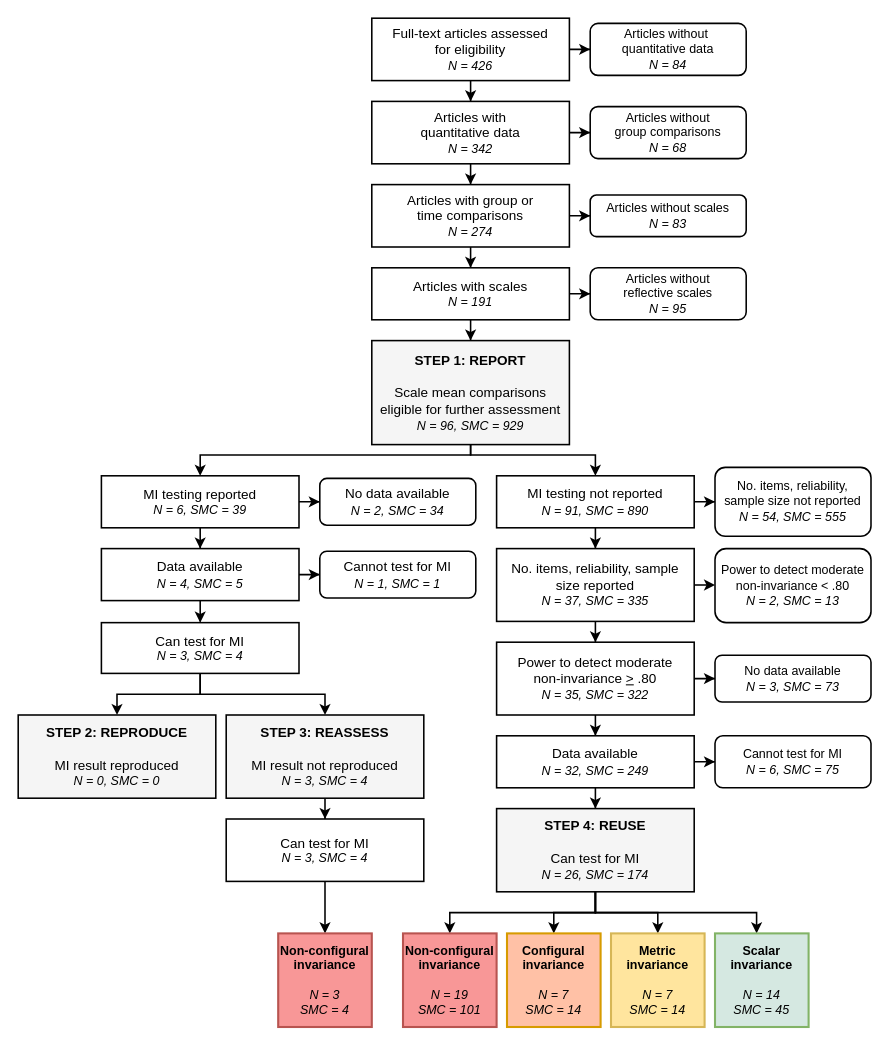
Above: figures/Figure1.drawio in emaassen/paper-reviewmi (draw.io), before the change. Source tidied: cells renumbered, new cells numbered last; positions are measured from the earlier drawing's top-left corner, leaving out a move shared by most shapes. Both pictures are drawn from the tidied source at 104%, with x=0, y=0 at pixel (18, 18).
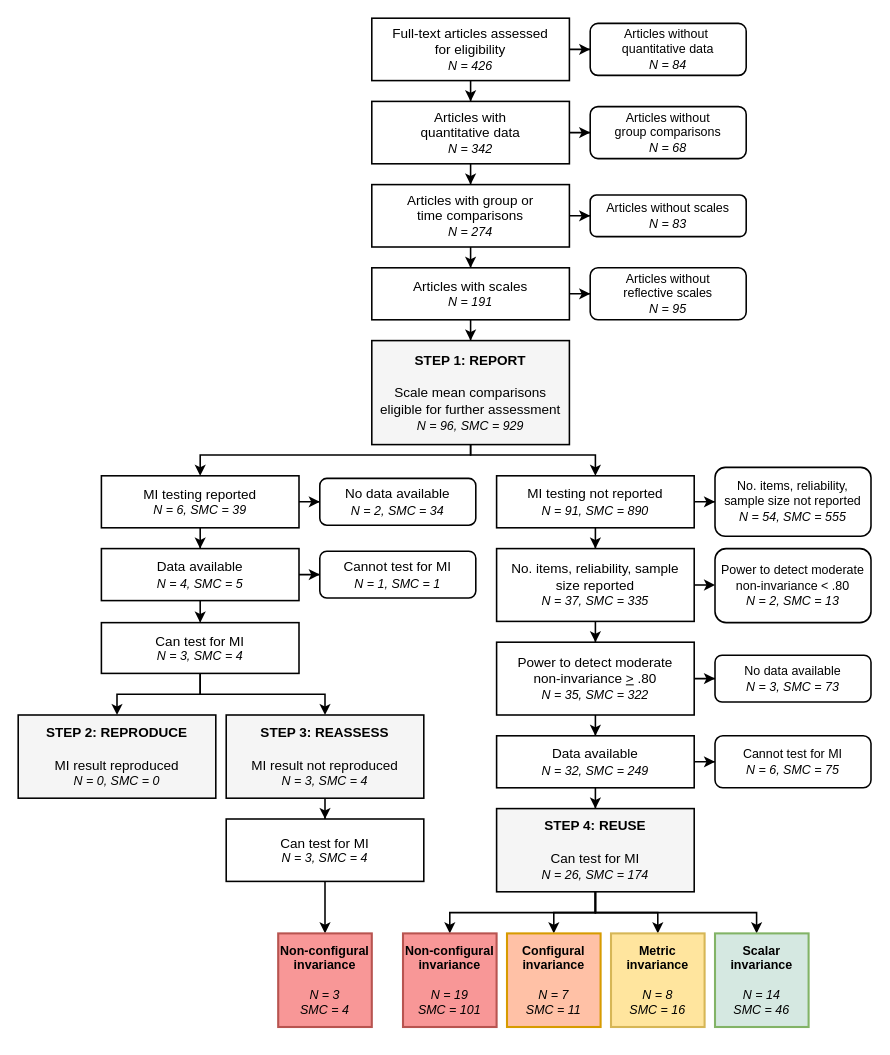
The same diagram, later.

What changed in the source:
```diff
@@
-    <mxCell id="47" value="&lt;div&gt;&lt;b&gt;Configural &lt;br&gt;&lt;/b&gt;&lt;/div&gt;&lt;div&gt;&lt;b&gt;invariance&lt;/b&gt;&lt;/div&gt;&lt;div&gt;&lt;font style=&quot;font-size: 12px;&quot;&gt;&lt;i&gt;&lt;br&gt;&lt;/i&gt;&lt;/font&gt;&lt;/div&gt;&lt;div&gt;&lt;font style=&quot;font-size: 12px;&quot;&gt;&lt;i&gt;N = 7 &lt;br&gt;&lt;/i&gt;&lt;/font&gt;&lt;/div&gt;&lt;font style=&quot;font-size: 12px;&quot;&gt;&lt;i&gt;SMC = 14&lt;br&gt;&lt;/i&gt;&lt;/font&gt;" style="rounded=0;whiteSpace=wrap;html=1;strokeWidth=2;fillColor=#FFC1A6;strokeColor=#d79b00;fontColor=#000000;" parent="1" vertex="1">
+    <mxCell id="47" value="&lt;div&gt;&lt;b&gt;Configural &lt;br&gt;&lt;/b&gt;&lt;/div&gt;&lt;div&gt;&lt;b&gt;invariance&lt;/b&gt;&lt;/div&gt;&lt;div&gt;&lt;font style=&quot;font-size: 12px;&quot;&gt;&lt;i&gt;&lt;br&gt;&lt;/i&gt;&lt;/font&gt;&lt;/div&gt;&lt;div&gt;&lt;font style=&quot;font-size: 12px;&quot;&gt;&lt;i&gt;N = 7 &lt;br&gt;&lt;/i&gt;&lt;/font&gt;&lt;/div&gt;&lt;font style=&quot;font-size: 12px;&quot;&gt;&lt;i&gt;SMC = 11&lt;br&gt;&lt;/i&gt;&lt;/font&gt;" style="rounded=0;whiteSpace=wrap;html=1;strokeWidth=2;fillColor=#FFC1A6;strokeColor=#d79b00;fontColor=#000000;" parent="1" vertex="1">
       <mxGeometry x="470" y="880" width="90" height="90" as="geometry" />
     </mxCell>
-    <mxCell id="48" value="&lt;div&gt;&lt;b&gt;Metric &lt;br&gt;&lt;/b&gt;&lt;/div&gt;&lt;div&gt;&lt;b&gt;invariance&lt;/b&gt;&lt;/div&gt;&lt;div&gt;&lt;font style=&quot;font-size: 12px;&quot;&gt;&lt;i&gt;&lt;br&gt;&lt;/i&gt;&lt;/font&gt;&lt;/div&gt;&lt;div&gt;&lt;font style=&quot;font-size: 12px;&quot;&gt;&lt;i&gt;N = 7 &lt;br&gt;&lt;/i&gt;&lt;/font&gt;&lt;/div&gt;&lt;font style=&quot;font-size: 12px;&quot;&gt;&lt;i&gt;SMC = 14&lt;/i&gt;&lt;/font&gt;" style="rounded=0;whiteSpace=wrap;html=1;strokeWidth=2;fillColor=#FFE59E;strokeColor=#d6b656;fontColor=#000000;" parent="1" vertex="1">
+    <mxCell id="48" value="&lt;div&gt;&lt;b&gt;Metric &lt;br&gt;&lt;/b&gt;&lt;/div&gt;&lt;div&gt;&lt;b&gt;invariance&lt;/b&gt;&lt;/div&gt;&lt;div&gt;&lt;font style=&quot;font-size: 12px;&quot;&gt;&lt;i&gt;&lt;br&gt;&lt;/i&gt;&lt;/font&gt;&lt;/div&gt;&lt;div&gt;&lt;font style=&quot;font-size: 12px;&quot;&gt;&lt;i&gt;N = 8 &lt;br&gt;&lt;/i&gt;&lt;/font&gt;&lt;/div&gt;&lt;font style=&quot;font-size: 12px;&quot;&gt;&lt;i&gt;SMC = 16&lt;/i&gt;&lt;/font&gt;" style="rounded=0;whiteSpace=wrap;html=1;strokeWidth=2;fillColor=#FFE59E;strokeColor=#d6b656;fontColor=#000000;" parent="1" vertex="1">
       <mxGeometry x="570" y="880" width="90" height="90" as="geometry" />
     </mxCell>
@@
-    <mxCell id="50" value="&lt;div&gt;&lt;b&gt;Scalar &lt;br&gt;&lt;/b&gt;&lt;/div&gt;&lt;div&gt;&lt;b&gt;invariance&lt;/b&gt;&lt;/div&gt;&lt;div&gt;&lt;font style=&quot;font-size: 12px;&quot;&gt;&lt;i&gt;&lt;br&gt;&lt;/i&gt;&lt;/font&gt;&lt;/div&gt;&lt;div&gt;&lt;font style=&quot;font-size: 12px;&quot;&gt;&lt;i&gt;N = 14 &lt;br&gt;&lt;/i&gt;&lt;/font&gt;&lt;/div&gt;&lt;font style=&quot;font-size: 12px;&quot;&gt;&lt;i&gt;SMC = 45&lt;br&gt;&lt;/i&gt;&lt;/font&gt;" style="rounded=0;whiteSpace=wrap;html=1;strokeWidth=2;fillColor=#D5E8E1;strokeColor=#82b366;fontColor=#000000;" parent="1" vertex="1">
+    <mxCell id="50" value="&lt;div&gt;&lt;b&gt;Scalar &lt;br&gt;&lt;/b&gt;&lt;/div&gt;&lt;div&gt;&lt;b&gt;invariance&lt;/b&gt;&lt;/div&gt;&lt;div&gt;&lt;font style=&quot;font-size: 12px;&quot;&gt;&lt;i&gt;&lt;br&gt;&lt;/i&gt;&lt;/font&gt;&lt;/div&gt;&lt;div&gt;&lt;font style=&quot;font-size: 12px;&quot;&gt;&lt;i&gt;N = 14 &lt;br&gt;&lt;/i&gt;&lt;/font&gt;&lt;/div&gt;&lt;font style=&quot;font-size: 12px;&quot;&gt;&lt;i&gt;SMC = 46&lt;br&gt;&lt;/i&gt;&lt;/font&gt;" style="rounded=0;whiteSpace=wrap;html=1;strokeWidth=2;fillColor=#D5E8E1;strokeColor=#82b366;fontColor=#000000;" parent="1" vertex="1">
       <mxGeometry x="670" y="880" width="90" height="90" as="geometry" />
     </mxCell>
```
